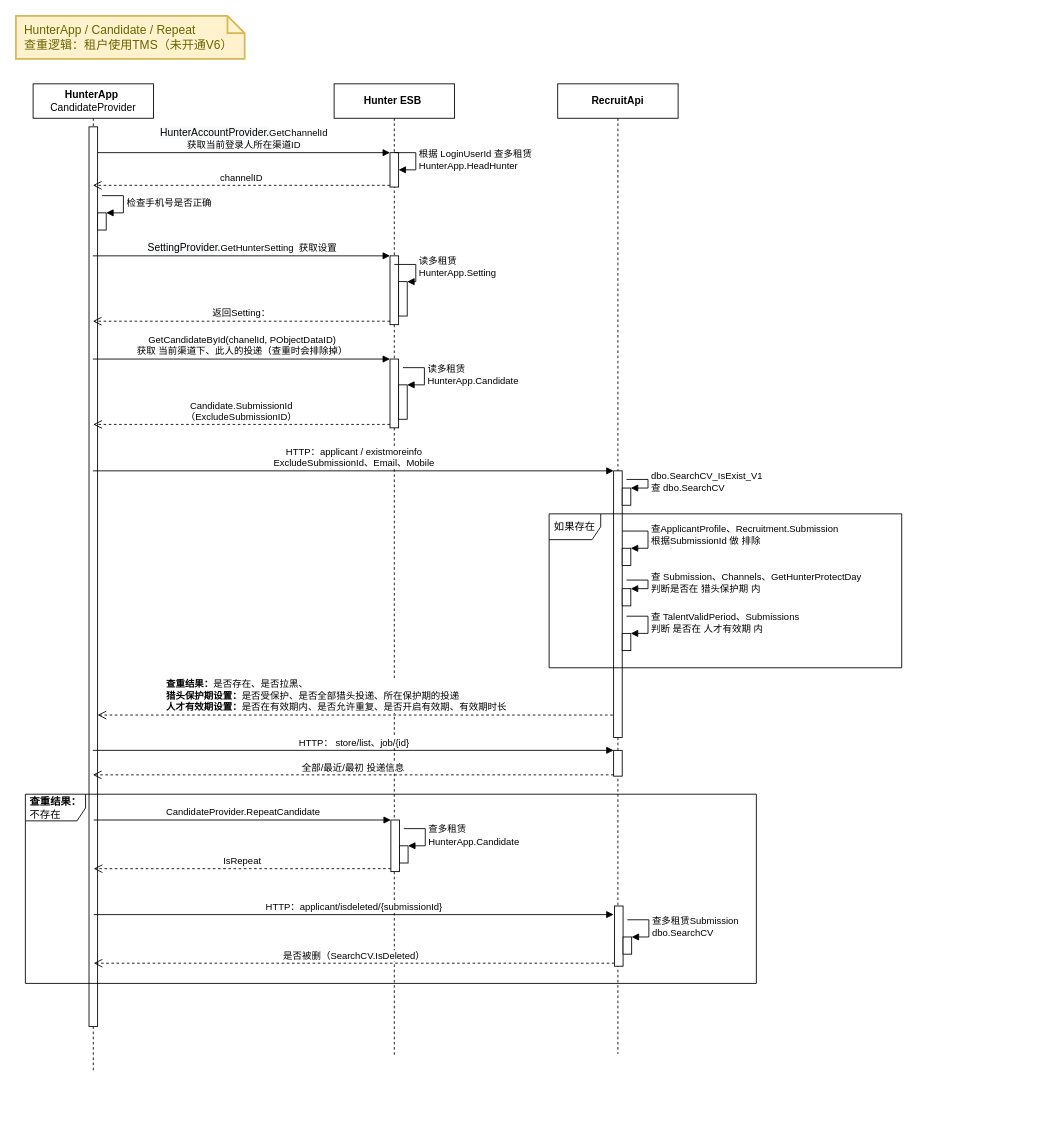
Earlier version of the draw.io diagram 线上1113前猎头查重逻辑.drawio (Lucas20029/MyDiagrams). Source tidied: cells renumbered, new cells numbered last; positions are measured from the earlier drawing's top-left corner, leaving out a move shared by most shapes. Both pictures are drawn from the tidied source at 86%, with x=0, y=0 at pixel (15, 15).
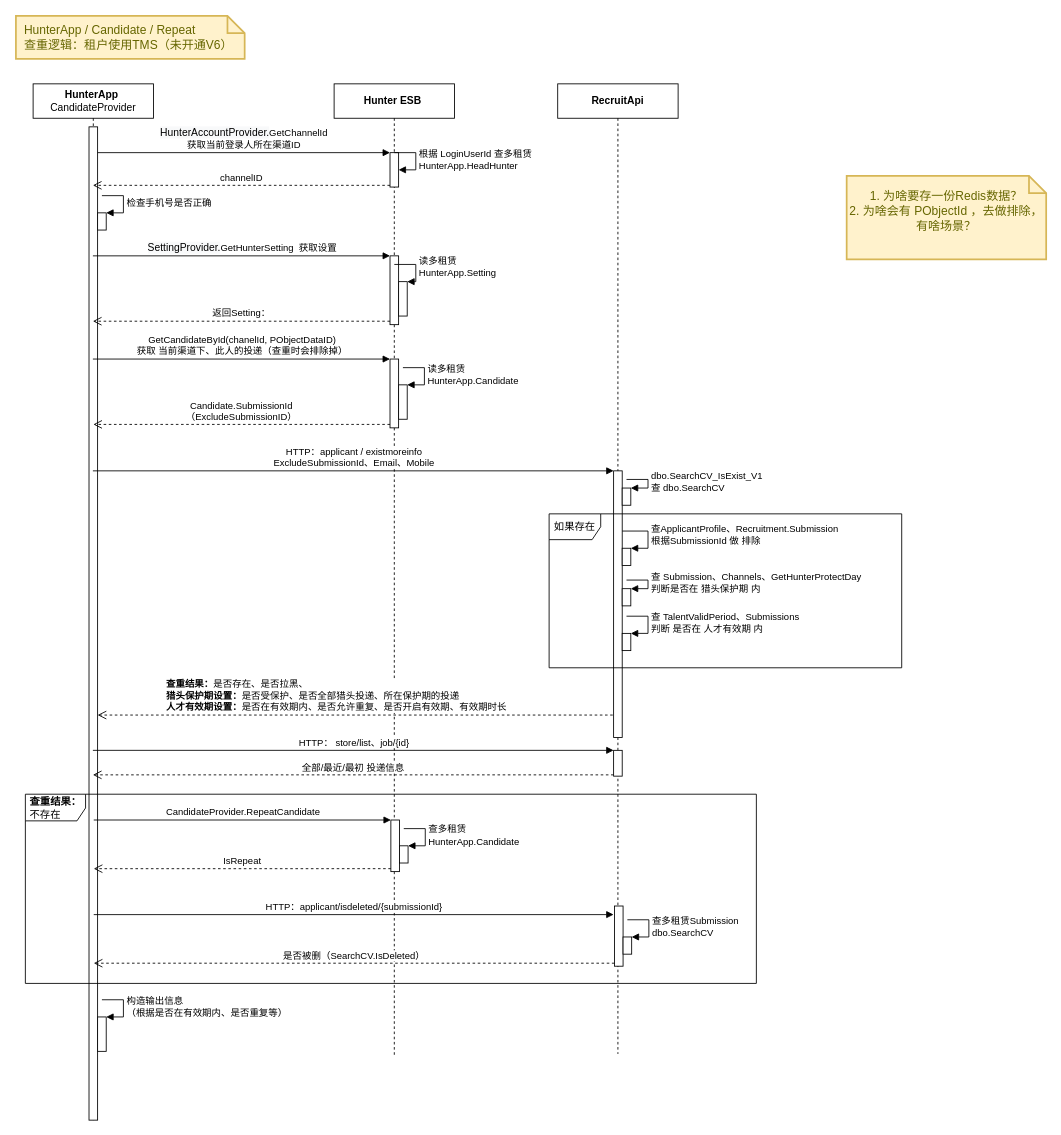
The same page after the edit.

Commit message:
Update 线上1113前猎头查重逻辑.drawio

Diff of the diagram source:
```diff
@@
     <mxCell id="17" value="&lt;b&gt;HunterApp&amp;nbsp; &lt;/b&gt;CandidateProvider" style="shape=umlLifeline;perimeter=lifelinePerimeter;whiteSpace=wrap;html=1;outlineConnect=0;" parent="1" vertex="1">
-      <mxGeometry x="20" y="79" width="140" height="1150" as="geometry" />
+      <mxGeometry x="20" y="79" width="140" height="1205" as="geometry" />
     </mxCell>
     <mxCell id="18" style="html=1;points=[];perimeter=orthogonalPerimeter;" parent="17" vertex="1">
-      <mxGeometry x="65" y="50" width="10" height="1046" as="geometry" />
+      <mxGeometry x="65" y="50" width="10" height="1155" as="geometry" />
     </mxCell>
@@
+    <mxCell id="50" style="html=1;points=[];perimeter=orthogonalPerimeter;" parent="17" vertex="1">
+      <mxGeometry x="75" y="1085" width="10" height="40" as="geometry" />
+    </mxCell>
+    <mxCell id="51" value="构造输出信息&lt;br&gt;（根据是否在有效期内、是否重复等）" style="edgeStyle=orthogonalEdgeStyle;html=1;align=left;spacingLeft=2;endArrow=block;rounded=0;entryX=1;entryY=0;" parent="17" edge="1" target="50">
+      <mxGeometry relative="1" as="geometry">
+        <mxPoint x="80" y="1065" as="sourcePoint" />
+        <Array as="points">
+          <mxPoint x="105" y="1065" />
+        </Array>
+      </mxGeometry>
+    </mxCell>
@@
+    <mxCell id="52" value="&lt;div&gt;1. 为啥要存一份Redis数据？&lt;/div&gt;&lt;div&gt;2. 为啥会有 PObjectId ，去做排除，有啥场景？&lt;/div&gt;&lt;div&gt;&lt;br&gt;&lt;/div&gt;" style="shape=note;strokeWidth=2;fontSize=14;size=20;whiteSpace=wrap;html=1;fillColor=#fff2cc;strokeColor=#d6b656;fontColor=#666600;" parent="1" vertex="1">
+      <mxGeometry x="966" y="186" width="232" height="97" as="geometry" />
+    </mxCell>
```
